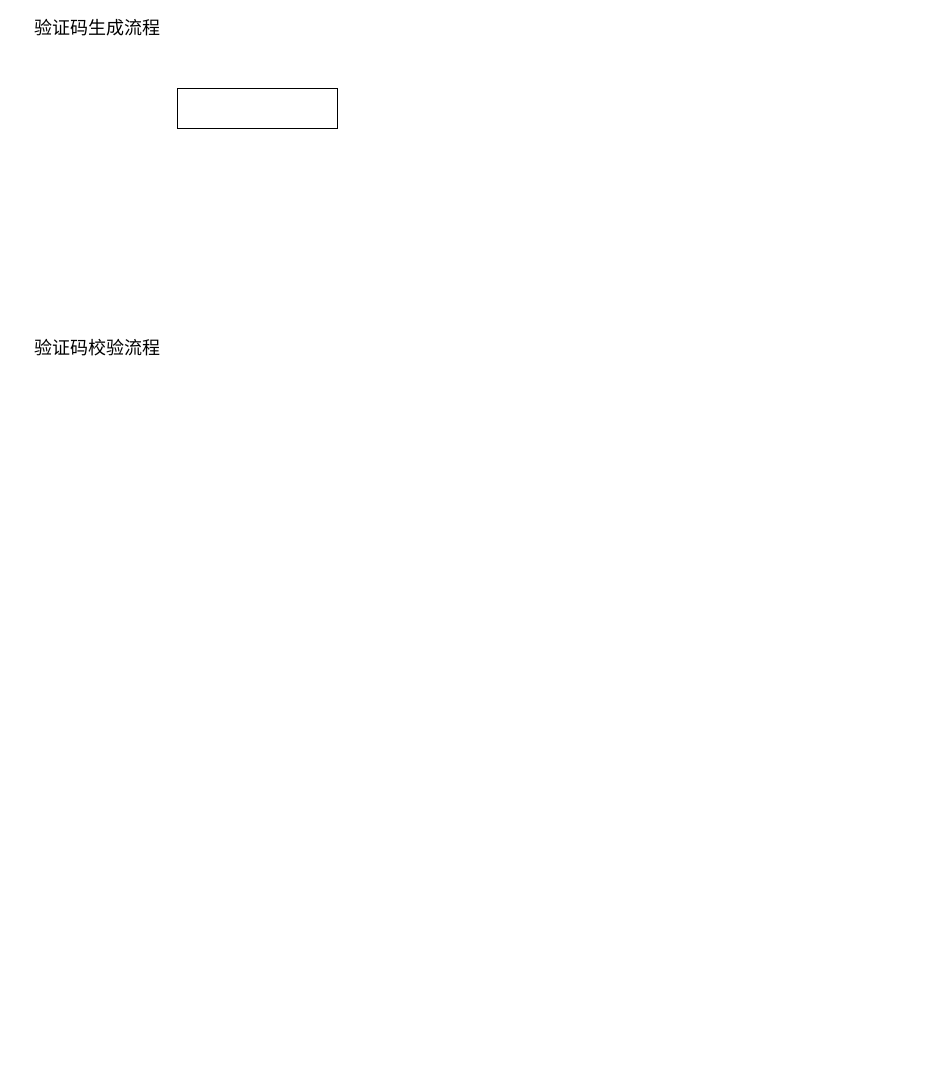
Above: 图片验证码验证流程.drawio in chenrushui/draw (draw.io), before the change. Source tidied: cells renumbered, new cells numbered last; positions are measured from the earlier drawing's top-left corner, leaving out a move shared by most shapes. Both pictures are drawn from the tidied source at 100%, with x=0, y=0 at pixel (17, 18).
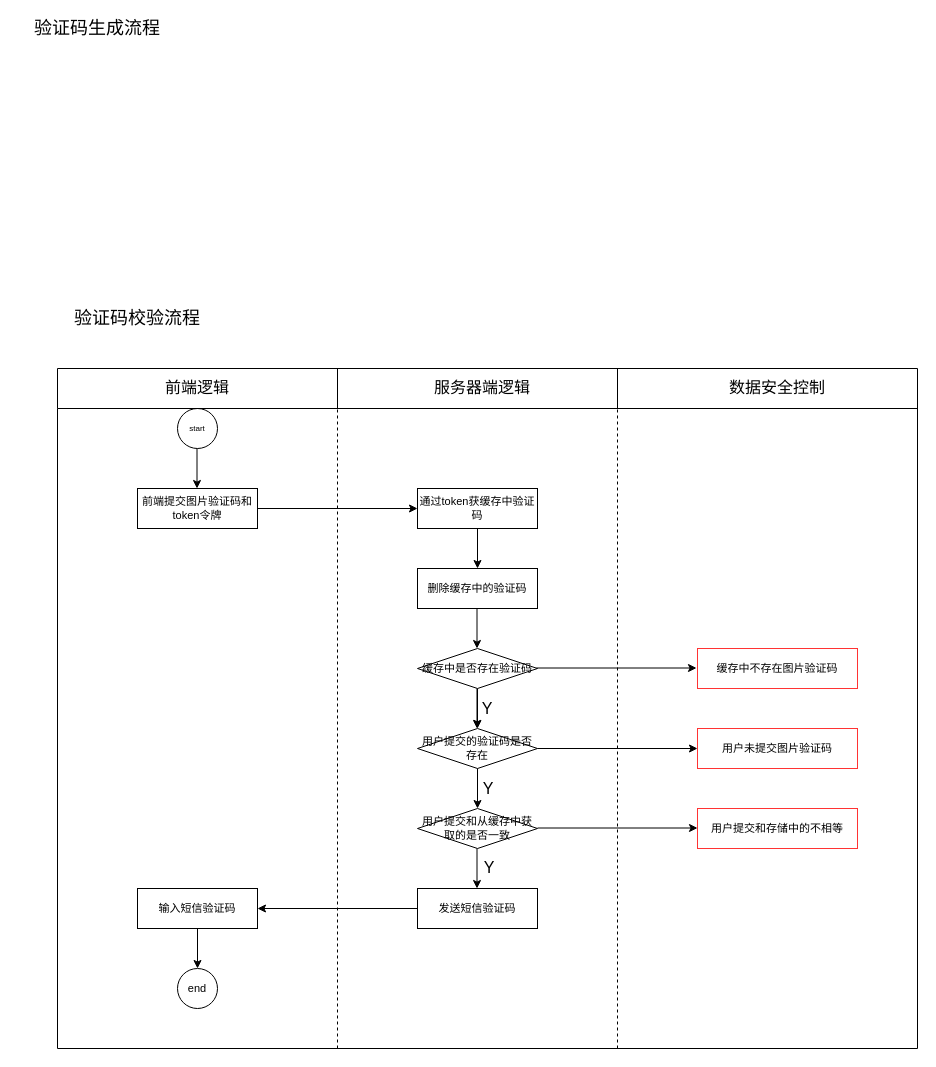
The same page after the edit.

Commit message (it also covers changes not shown here):
更新图片验证码验证流程.drawio

Change to the diagram source:
```diff
@@
-    <mxCell id="3" style="rounded=0;whiteSpace=wrap;html=1;fontSize=11;" parent="1" vertex="1">
-      <mxGeometry x="160" y="70" width="160" height="40" as="geometry" />
-    </mxCell>
     <mxCell id="4" value="验证码校验流程" style="text;html=1;strokeColor=none;fillColor=none;align=center;verticalAlign=middle;whiteSpace=wrap;rounded=0;fontSize=18;" parent="1" vertex="1">
-      <mxGeometry y="320" width="160" height="20" as="geometry" />
+      <mxGeometry x="40" y="290" width="160" height="20" as="geometry" />
     </mxCell>
+    <mxCell id="5" value="start" style="ellipse;whiteSpace=wrap;html=1;fontSize=8;" parent="1" vertex="1">
+      <mxGeometry x="160" y="390" width="40" height="40" as="geometry" />
+    </mxCell>
+    <mxCell id="6" value="前端提交图片验证码和token令牌" style="rounded=0;whiteSpace=wrap;html=1;fontSize=11;" parent="1" vertex="1">
+      <mxGeometry x="120" y="470" width="120" height="40" as="geometry" />
+    </mxCell>
+    <mxCell id="7" value="通过token获缓存中验证码" style="rounded=0;whiteSpace=wrap;html=1;fontSize=11;" parent="1" vertex="1">
+      <mxGeometry x="400" y="470" width="120" height="40" as="geometry" />
+    </mxCell>
+    <mxCell id="8" style="endArrow=none;html=1;fontSize=11;dashed=1;" parent="1" edge="1">
+      <mxGeometry relative="1" as="geometry">
+        <mxPoint x="320" y="1030" as="sourcePoint" />
+        <mxPoint x="320" y="390" as="targetPoint" />
+      </mxGeometry>
+    </mxCell>
+    <mxCell id="9" style="endArrow=none;html=1;fontSize=11;dashed=1;" parent="1" edge="1">
+      <mxGeometry relative="1" as="geometry">
+        <mxPoint x="600" y="1030" as="sourcePoint" />
+        <mxPoint x="600" y="390" as="targetPoint" />
+      </mxGeometry>
+    </mxCell>
+    <mxCell id="10" style="endArrow=none;html=1;fontSize=11;" parent="1" edge="1">
+      <mxGeometry relative="1" as="geometry">
+        <mxPoint x="40" y="1030" as="sourcePoint" />
+        <mxPoint x="40" y="390" as="targetPoint" />
+      </mxGeometry>
+    </mxCell>
+    <mxCell id="11" style="endArrow=classic;html=1;fontSize=11;entryX=0;entryY=0.5;entryDx=0;entryDy=0;exitX=1;exitY=0.5;exitDx=0;exitDy=0;" parent="1" edge="1" source="6" target="7">
+      <mxGeometry relative="1" as="geometry" />
+    </mxCell>
+    <mxCell id="12" style="endArrow=classic;html=1;fontSize=11;" parent="1" edge="1">
+      <mxGeometry relative="1" as="geometry">
+        <mxPoint x="179.5" y="430" as="sourcePoint" />
+        <mxPoint x="179.5" y="470" as="targetPoint" />
+      </mxGeometry>
+    </mxCell>
+    <mxCell id="13" style="edgeStyle=orthogonalEdgeStyle;rounded=0;jettySize=auto;html=1;fontSize=11;" parent="1" edge="1" source="14" target="19">
+      <mxGeometry relative="1" as="geometry" />
+    </mxCell>
+    <mxCell id="14" value="缓存中是否存在验证码" style="rhombus;whiteSpace=wrap;html=1;fontSize=11;" parent="1" vertex="1">
+      <mxGeometry x="400" y="630" width="120" height="40" as="geometry" />
+    </mxCell>
+    <mxCell id="15" value="删除缓存中的验证码" style="rounded=0;whiteSpace=wrap;html=1;fontSize=11;" parent="1" vertex="1">
+      <mxGeometry x="400" y="550" width="120" height="40" as="geometry" />
+    </mxCell>
+    <mxCell id="16" style="endArrow=classic;html=1;fontSize=11;" parent="1" edge="1">
+      <mxGeometry relative="1" as="geometry">
+        <mxPoint x="460" y="510" as="sourcePoint" />
+        <mxPoint x="460" y="550" as="targetPoint" />
+      </mxGeometry>
+    </mxCell>
+    <mxCell id="17" style="endArrow=classic;html=1;fontSize=11;" parent="1" edge="1">
+      <mxGeometry relative="1" as="geometry">
+        <mxPoint x="459.5" y="590" as="sourcePoint" />
+        <mxPoint x="459.5" y="630" as="targetPoint" />
+      </mxGeometry>
+    </mxCell>
+    <mxCell id="18" style="endArrow=classic;html=1;fontSize=11;" parent="1" edge="1">
+      <mxGeometry relative="1" as="geometry">
+        <mxPoint x="459.5" y="670" as="sourcePoint" />
+        <mxPoint x="459.5" y="710" as="targetPoint" />
+      </mxGeometry>
+    </mxCell>
+    <mxCell id="19" value="用户提交的验证码是否存在" style="rhombus;whiteSpace=wrap;html=1;fontSize=11;" parent="1" vertex="1">
+      <mxGeometry x="400" y="710" width="120" height="40" as="geometry" />
+    </mxCell>
+    <mxCell id="20" value="用户提交和从缓存中获取的是否一致" style="rhombus;whiteSpace=wrap;html=1;fontSize=11;" parent="1" vertex="1">
+      <mxGeometry x="400" y="790" width="120" height="40" as="geometry" />
+    </mxCell>
+    <mxCell id="21" style="endArrow=classic;html=1;fontSize=11;" parent="1" edge="1">
+      <mxGeometry relative="1" as="geometry">
+        <mxPoint x="460" y="750" as="sourcePoint" />
+        <mxPoint x="460" y="790" as="targetPoint" />
+      </mxGeometry>
+    </mxCell>
+    <mxCell id="22" style="endArrow=classic;html=1;fontSize=11;" parent="1" edge="1">
+      <mxGeometry relative="1" as="geometry">
+        <mxPoint x="459.5" y="830" as="sourcePoint" />
+        <mxPoint x="459.5" y="870" as="targetPoint" />
+      </mxGeometry>
+    </mxCell>
+    <mxCell id="23" value="发送短信验证码" style="rounded=0;whiteSpace=wrap;html=1;fontSize=11;" parent="1" vertex="1">
+      <mxGeometry x="400" y="870" width="120" height="40" as="geometry" />
+    </mxCell>
+    <mxCell id="24" value="输入短信验证码" style="rounded=0;whiteSpace=wrap;html=1;fontSize=11;" parent="1" vertex="1">
+      <mxGeometry x="120" y="870" width="120" height="40" as="geometry" />
+    </mxCell>
+    <mxCell id="25" style="endArrow=classic;html=1;fontSize=11;exitX=0;exitY=0.5;exitDx=0;exitDy=0;entryX=1;entryY=0.5;entryDx=0;entryDy=0;" parent="1" edge="1" source="23" target="24">
+      <mxGeometry relative="1" as="geometry" />
+    </mxCell>
+    <mxCell id="26" value="end" style="ellipse;whiteSpace=wrap;html=1;fontSize=11;" parent="1" vertex="1">
+      <mxGeometry x="160" y="950" width="40" height="40" as="geometry" />
+    </mxCell>
+    <mxCell id="27" style="endArrow=classic;html=1;fontSize=11;" parent="1" edge="1">
+      <mxGeometry relative="1" as="geometry">
+        <mxPoint x="180" y="910" as="sourcePoint" />
+        <mxPoint x="180" y="950" as="targetPoint" />
+      </mxGeometry>
+    </mxCell>
+    <mxCell id="28" style="endArrow=none;html=1;fontSize=11;" parent="1" edge="1">
+      <mxGeometry relative="1" as="geometry">
+        <mxPoint x="40" y="390" as="sourcePoint" />
+        <mxPoint x="900" y="390" as="targetPoint" />
+      </mxGeometry>
+    </mxCell>
+    <mxCell id="29" style="endArrow=none;html=1;fontSize=11;" parent="1" edge="1">
+      <mxGeometry relative="1" as="geometry">
+        <mxPoint x="40" y="350" as="sourcePoint" />
+        <mxPoint x="900" y="350" as="targetPoint" />
+      </mxGeometry>
+    </mxCell>
+    <mxCell id="30" style="endArrow=none;html=1;fontSize=11;" parent="1" edge="1">
+      <mxGeometry relative="1" as="geometry">
+        <mxPoint x="320" y="390" as="sourcePoint" />
+        <mxPoint x="320" y="350" as="targetPoint" />
+      </mxGeometry>
+    </mxCell>
+    <mxCell id="31" style="endArrow=none;html=1;fontSize=11;" parent="1" edge="1">
+      <mxGeometry relative="1" as="geometry">
+        <mxPoint x="600" y="390" as="sourcePoint" />
+        <mxPoint x="600" y="350" as="targetPoint" />
+      </mxGeometry>
+    </mxCell>
+    <mxCell id="32" style="endArrow=none;html=1;fontSize=11;" parent="1" edge="1">
+      <mxGeometry relative="1" as="geometry">
+        <mxPoint x="40" y="390" as="sourcePoint" />
+        <mxPoint x="40" y="350" as="targetPoint" />
+      </mxGeometry>
+    </mxCell>
+    <mxCell id="33" style="endArrow=none;html=1;fontSize=11;" parent="1" edge="1">
+      <mxGeometry relative="1" as="geometry">
+        <mxPoint x="900" y="1030" as="sourcePoint" />
+        <mxPoint x="900" y="350" as="targetPoint" />
+      </mxGeometry>
+    </mxCell>
+    <mxCell id="34" value="前端逻辑" style="text;html=1;strokeColor=none;fillColor=none;align=center;verticalAlign=middle;whiteSpace=wrap;rounded=0;fontSize=16;" parent="1" vertex="1">
+      <mxGeometry x="140" y="359" width="80" height="20" as="geometry" />
+    </mxCell>
+    <mxCell id="35" value="服务器端逻辑" style="text;html=1;strokeColor=none;fillColor=none;align=center;verticalAlign=middle;whiteSpace=wrap;rounded=0;fontSize=16;" parent="1" vertex="1">
+      <mxGeometry x="410" y="359" width="110" height="20" as="geometry" />
+    </mxCell>
+    <mxCell id="36" value="数据安全控制" style="text;html=1;strokeColor=none;fillColor=none;align=center;verticalAlign=middle;whiteSpace=wrap;rounded=0;fontSize=16;" parent="1" vertex="1">
+      <mxGeometry x="705" y="359" width="110" height="20" as="geometry" />
+    </mxCell>
+    <mxCell id="37" style="endArrow=none;html=1;fontSize=11;" parent="1" edge="1">
+      <mxGeometry relative="1" as="geometry">
+        <mxPoint x="40" y="1030" as="sourcePoint" />
+        <mxPoint x="900" y="1030" as="targetPoint" />
+      </mxGeometry>
+    </mxCell>
+    <mxCell id="38" value="Y" style="text;html=1;strokeColor=none;fillColor=none;align=center;verticalAlign=middle;whiteSpace=wrap;rounded=0;fontSize=16;" parent="1" vertex="1">
+      <mxGeometry x="450" y="680" width="40" height="20" as="geometry" />
+    </mxCell>
+    <mxCell id="39" value="Y" style="text;html=1;strokeColor=none;fillColor=none;align=center;verticalAlign=middle;whiteSpace=wrap;rounded=0;fontSize=16;" parent="1" vertex="1">
+      <mxGeometry x="451" y="760" width="40" height="20" as="geometry" />
+    </mxCell>
+    <mxCell id="40" value="Y" style="text;html=1;strokeColor=none;fillColor=none;align=center;verticalAlign=middle;whiteSpace=wrap;rounded=0;fontSize=16;" parent="1" vertex="1">
+      <mxGeometry x="452" y="839" width="40" height="20" as="geometry" />
+    </mxCell>
+    <mxCell id="41" value="缓存中不存在图片验证码" style="rounded=0;whiteSpace=wrap;html=1;fontSize=11;strokeColor=#FF3333;" parent="1" vertex="1">
+      <mxGeometry x="680" y="630" width="160" height="40" as="geometry" />
+    </mxCell>
+    <mxCell id="42" style="endArrow=classic;html=1;fontSize=11;entryX=0;entryY=0.5;entryDx=0;entryDy=0;exitX=1;exitY=0.5;exitDx=0;exitDy=0;" parent="1" edge="1">
+      <mxGeometry relative="1" as="geometry">
+        <mxPoint x="519" y="649.5" as="sourcePoint" />
+        <mxPoint x="679" y="649.5" as="targetPoint" />
+      </mxGeometry>
+    </mxCell>
+    <mxCell id="43" value="用户未提交图片验证码" style="rounded=0;whiteSpace=wrap;html=1;fontSize=11;strokeColor=#FF3333;" parent="1" vertex="1">
+      <mxGeometry x="680" y="710" width="160" height="40" as="geometry" />
+    </mxCell>
+    <mxCell id="44" style="endArrow=classic;html=1;fontSize=11;entryX=0;entryY=0.5;entryDx=0;entryDy=0;exitX=1;exitY=0.5;exitDx=0;exitDy=0;" parent="1" edge="1">
+      <mxGeometry relative="1" as="geometry">
+        <mxPoint x="520" y="730" as="sourcePoint" />
+        <mxPoint x="680" y="730" as="targetPoint" />
+      </mxGeometry>
+    </mxCell>
+    <mxCell id="45" value="用户提交和存储中的不相等" style="rounded=0;whiteSpace=wrap;html=1;fontSize=11;strokeColor=#FF3333;" parent="1" vertex="1">
+      <mxGeometry x="680" y="790" width="160" height="40" as="geometry" />
+    </mxCell>
+    <mxCell id="46" style="endArrow=classic;html=1;fontSize=11;entryX=0;entryY=0.5;entryDx=0;entryDy=0;exitX=1;exitY=0.5;exitDx=0;exitDy=0;" parent="1" edge="1">
+      <mxGeometry relative="1" as="geometry">
+        <mxPoint x="520" y="809.5" as="sourcePoint" />
+        <mxPoint x="680" y="809.5" as="targetPoint" />
+      </mxGeometry>
+    </mxCell>
```
